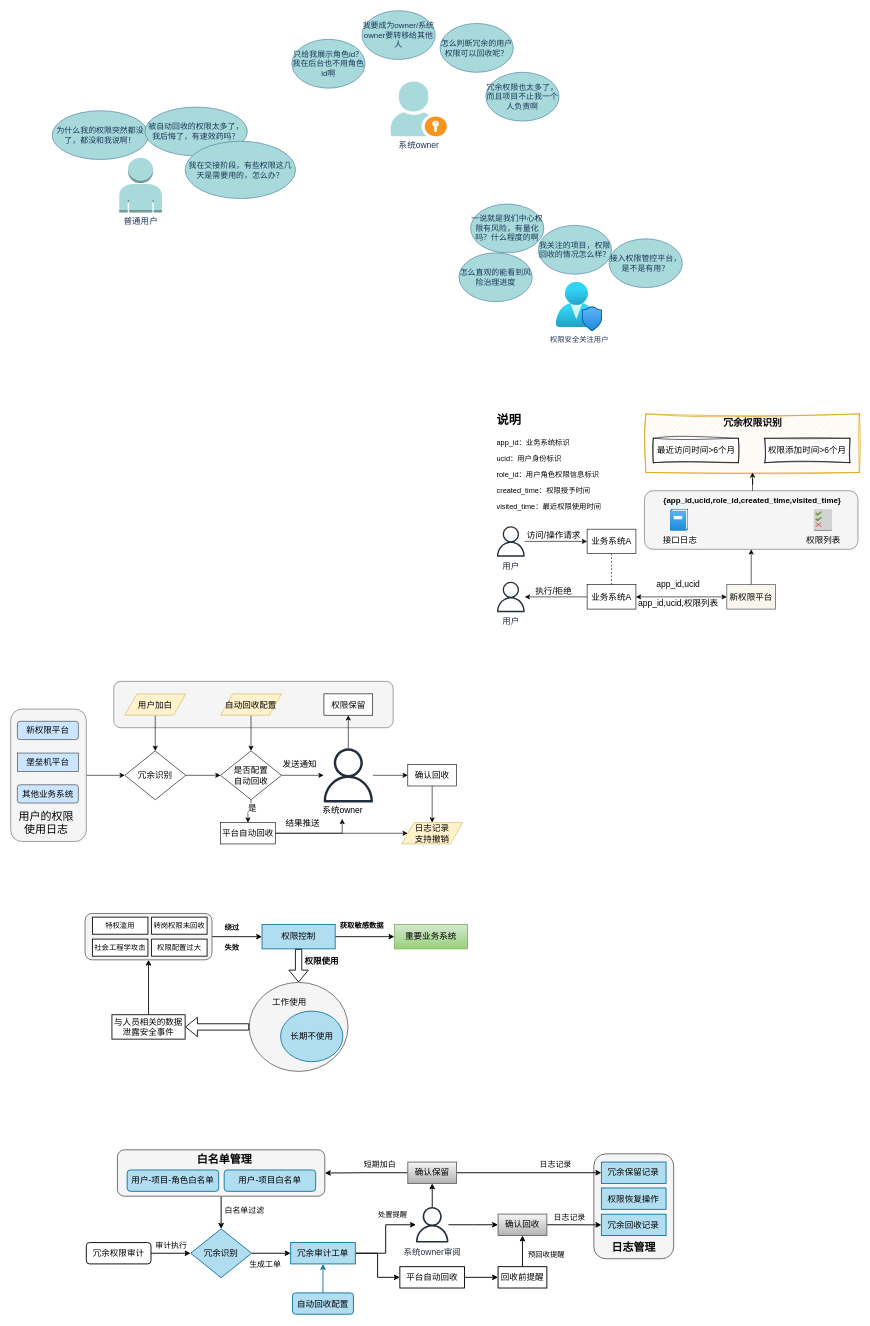
Earlier version of the draw.io diagram page "遇到的问题" (10 of 14) of 权限审计.drawio (zpxiao-ios/hello-world). Source tidied: cells renumbered, new cells numbered last; positions are measured from the earlier drawing's top-left corner, leaving out a move shared by most shapes. Both pictures are drawn from the tidied source at 61%, with x=0, y=0 at pixel (10, 10).
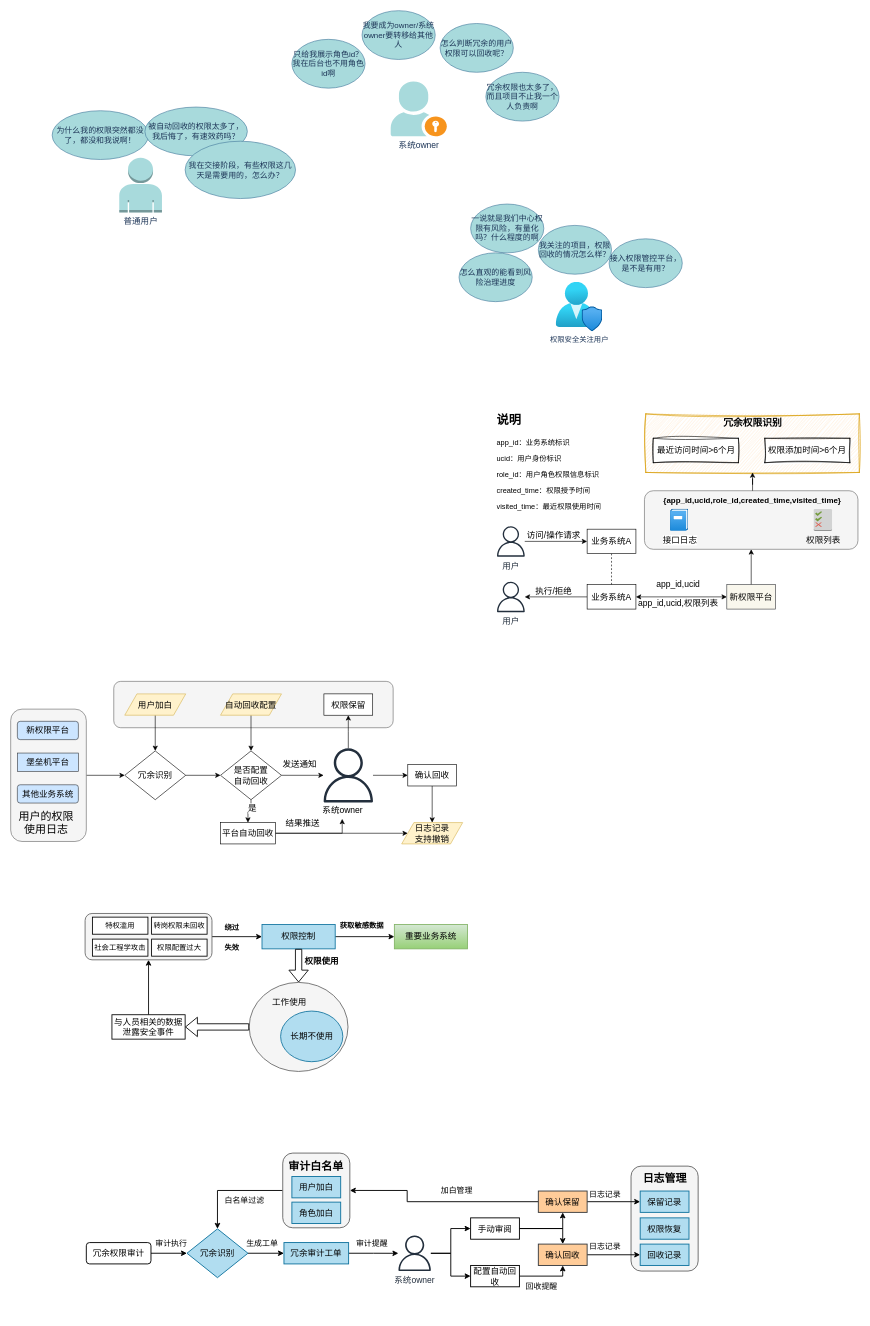
Above is the later version.

The edit, as a diff of the source:
```diff
@@
+    <mxCell id="129" style="edgeStyle=orthogonalEdgeStyle;rounded=0;jettySize=auto;html=1;entryX=0.5;entryY=0;entryDx=0;entryDy=0;strokeWidth=1.5;" parent="1" edge="1" source="130" target="92">
+      <mxGeometry relative="1" as="geometry" />
+    </mxCell>
+    <mxCell id="130" style="rounded=1;whiteSpace=wrap;html=1;fillColor=#f5f5f5;strokeColor=#666666;fontSize=14;strokeWidth=1.5;fontColor=#333333;" parent="1" vertex="1">
+      <mxGeometry x="446" y="1872.8" width="110" height="122.5" as="geometry" />
+    </mxCell>
     <mxCell id="2" style="rounded=1;whiteSpace=wrap;html=1;fillColor=#f5f5f5;strokeColor=#666666;fontSize=14;strokeWidth=1.5;fontColor=#333333;" parent="1" vertex="1">
-      <mxGeometry x="956" y="1874" width="130.9" height="172" as="geometry" />
+      <mxGeometry x="1017" y="1894.2" width="110" height="172" as="geometry" />
     </mxCell>
@@
     <mxCell id="92" value="冗余识别" style="rhombus;whiteSpace=wrap;html=1;fontSize=14;fillColor=#b1ddf0;strokeColor=#10739e;strokeWidth=1.5;" parent="1" vertex="1">
-      <mxGeometry x="295" y="1997" width="100" height="80" as="geometry" />
+      <mxGeometry x="289" y="1997" width="100" height="80" as="geometry" />
     </mxCell>
@@
-    <mxCell id="95" style="edgeStyle=orthogonalEdgeStyle;rounded=0;jettySize=auto;html=1;exitX=0.5;exitY=1;exitDx=0;exitDy=0;entryX=0.5;entryY=0;entryDx=0;entryDy=0;strokeWidth=1.5;" parent="1" edge="1" source="96" target="92">
-      <mxGeometry relative="1" as="geometry" />
-    </mxCell>
-    <mxCell id="96" style="rounded=1;whiteSpace=wrap;html=1;fontSize=14;fillColor=#f5f5f5;strokeColor=#666666;strokeWidth=1.5;fontColor=#333333;" parent="1" vertex="1">
-      <mxGeometry x="175" y="1867.5" width="340" height="76" as="geometry" />
-    </mxCell>
-    <mxCell id="97" value="&lt;font style=&quot;font-size: 18px;&quot;&gt;白名单管理&lt;/font&gt;" style="text;html=1;align=center;verticalAlign=middle;strokeColor=none;fillColor=none;fontSize=14;fontStyle=1;strokeWidth=1.5;" parent="1" vertex="1">
-      <mxGeometry x="296" y="1866.5" width="108" height="34" as="geometry" />
-    </mxCell>
-    <mxCell id="98" value="用户-项目白名单" style="rounded=1;whiteSpace=wrap;html=1;fontSize=14;strokeWidth=1.5;fillColor=#b1ddf0;strokeColor=#10739e;" parent="1" vertex="1">
-      <mxGeometry x="350" y="1900.5" width="150" height="35" as="geometry" />
-    </mxCell>
-    <mxCell id="99" value="用户-项目-角色白名单" style="rounded=1;whiteSpace=wrap;html=1;fontSize=14;strokeWidth=1.5;fillColor=#b1ddf0;strokeColor=#10739e;" parent="1" vertex="1">
-      <mxGeometry x="191" y="1900.5" width="150" height="35" as="geometry" />
-    </mxCell>
-    <mxCell id="100" style="edgeStyle=orthogonalEdgeStyle;rounded=0;jettySize=auto;html=1;entryX=0;entryY=0.5;entryDx=0;entryDy=0;fontSize=14;strokeWidth=1.5;" parent="1" edge="1" source="102" target="106">
-      <mxGeometry relative="1" as="geometry" />
-    </mxCell>
-    <mxCell id="101" style="edgeStyle=orthogonalEdgeStyle;rounded=0;jettySize=auto;html=1;fontSize=14;strokeWidth=1.5;" parent="1" edge="1" source="102" target="118">
+    <mxCell id="101" style="edgeStyle=orthogonalEdgeStyle;rounded=0;jettySize=auto;html=1;strokeWidth=1.5;" parent="1" edge="1" source="102" target="118">
       <mxGeometry relative="1" as="geometry" />
     </mxCell>
     <mxCell id="102" value="冗余审计工单" style="rounded=0;whiteSpace=wrap;html=1;fontSize=14;fillColor=#b1ddf0;strokeColor=#10739e;strokeWidth=1.5;" parent="1" vertex="1">
-      <mxGeometry x="459" y="2019.5" width="106" height="35" as="geometry" />
+      <mxGeometry x="448" y="2019.5" width="106" height="35" as="geometry" />
     </mxCell>
-    <mxCell id="103" style="edgeStyle=orthogonalEdgeStyle;rounded=0;jettySize=auto;html=1;entryX=0.5;entryY=1;entryDx=0;entryDy=0;fontSize=14;strokeWidth=1.5;fillColor=#b1ddf0;strokeColor=#10739e;" parent="1" edge="1" source="104" target="102">
-      <mxGeometry relative="1" as="geometry" />
-    </mxCell>
-    <mxCell id="104" value="自动回收配置" style="rounded=1;whiteSpace=wrap;html=1;fontSize=14;fillColor=#b1ddf0;strokeColor=#10739e;strokeWidth=1.5;" parent="1" vertex="1">
-      <mxGeometry x="462" y="2102" width="100" height="35" as="geometry" />
-    </mxCell>
-    <mxCell id="105" style="edgeStyle=orthogonalEdgeStyle;rounded=0;jettySize=auto;html=1;fontSize=14;strokeWidth=1.5;" parent="1" edge="1" source="106" target="120">
-      <mxGeometry relative="1" as="geometry" />
-    </mxCell>
-    <mxCell id="106" value="平台自动回收" style="rounded=0;whiteSpace=wrap;html=1;fontSize=14;strokeWidth=1.5;" parent="1" vertex="1">
-      <mxGeometry x="638" y="2059" width="106" height="35" as="geometry" />
-    </mxCell>
-    <mxCell id="107" style="edgeStyle=orthogonalEdgeStyle;rounded=0;jettySize=auto;html=1;entryX=0;entryY=0.5;entryDx=0;entryDy=0;fontSize=14;strokeWidth=1.5;" parent="1" edge="1" source="108" target="113">
+    <mxCell id="107" style="edgeStyle=orthogonalEdgeStyle;rounded=0;jettySize=auto;html=1;entryX=0;entryY=0.5;entryDx=0;entryDy=0;strokeWidth=1.5;" parent="1" edge="1" source="108" target="113">
       <mxGeometry relative="1" as="geometry" />
     </mxCell>
-    <mxCell id="108" value="确认回收" style="rounded=0;whiteSpace=wrap;html=1;fontSize=14;strokeWidth=1.5;fillColor=#f5f5f5;gradientColor=#b3b3b3;strokeColor=#666666;" parent="1" vertex="1">
-      <mxGeometry x="799" y="1972.8" width="80" height="35" as="geometry" />
+    <mxCell id="108" value="确认回收" style="rounded=0;whiteSpace=wrap;html=1;fontSize=14;strokeWidth=1.5;fillColor=#ffcc99;strokeColor=#36393d;" parent="1" vertex="1">
+      <mxGeometry x="865" y="2022" width="80" height="35" as="geometry" />
     </mxCell>
-    <mxCell id="109" style="edgeStyle=orthogonalEdgeStyle;rounded=0;jettySize=auto;html=1;entryX=1;entryY=0.5;entryDx=0;entryDy=0;fontSize=14;strokeWidth=1.5;" parent="1" edge="1" source="111" target="96">
-      <mxGeometry relative="1" as="geometry" />
-    </mxCell>
@@
+    <mxCell id="131" style="edgeStyle=orthogonalEdgeStyle;rounded=0;jettySize=auto;html=1;entryX=1;entryY=0.5;entryDx=0;entryDy=0;strokeWidth=1.5;" parent="1" edge="1" source="111" target="130">
+      <mxGeometry relative="1" as="geometry">
+        <Array as="points">
+          <mxPoint x="650" y="1953" />
+          <mxPoint x="650" y="1934" />
+        </Array>
+      </mxGeometry>
+    </mxCell>
-    <mxCell id="111" value="确认保留" style="rounded=0;whiteSpace=wrap;html=1;fontSize=14;strokeWidth=1.5;fillColor=#f5f5f5;strokeColor=#666666;gradientColor=#b3b3b3;" parent="1" vertex="1">
-      <mxGeometry x="651" y="1887.5" width="80" height="35" as="geometry" />
+    <mxCell id="111" value="确认保留" style="rounded=0;whiteSpace=wrap;html=1;fontSize=14;strokeWidth=1.5;fillColor=#ffcc99;strokeColor=#36393d;" parent="1" vertex="1">
+      <mxGeometry x="865" y="1935" width="80" height="35" as="geometry" />
     </mxCell>
     <mxCell id="112" value="&lt;font style=&quot;font-size: 18px;&quot;&gt;日志管理&lt;/font&gt;" style="text;html=1;align=center;verticalAlign=middle;strokeColor=none;fillColor=none;fontSize=18;fontStyle=1;strokeWidth=1.5;" parent="1" vertex="1">
-      <mxGeometry x="976.4" y="2011" width="90" height="34" as="geometry" />
+      <mxGeometry x="1027" y="1897" width="90" height="34" as="geometry" />
     </mxCell>
-    <mxCell id="113" value="冗余回收记录" style="rounded=0;whiteSpace=wrap;html=1;fontSize=14;strokeWidth=1.5;fillColor=#b1ddf0;strokeColor=#10739e;" parent="1" vertex="1">
-      <mxGeometry x="968.4" y="1973" width="106" height="35" as="geometry" />
+    <mxCell id="113" value="回收记录" style="rounded=0;whiteSpace=wrap;html=1;fontSize=14;strokeWidth=1.5;fillColor=#b1ddf0;strokeColor=#10739e;" parent="1" vertex="1">
+      <mxGeometry x="1032" y="2022" width="80" height="35" as="geometry" />
     </mxCell>
-    <mxCell id="114" value="冗余保留记录" style="rounded=0;whiteSpace=wrap;html=1;fontSize=14;strokeWidth=1.5;fillColor=#b1ddf0;strokeColor=#10739e;" parent="1" vertex="1">
-      <mxGeometry x="968.4" y="1887.5" width="106" height="35" as="geometry" />
+    <mxCell id="114" value="保留记录" style="rounded=0;whiteSpace=wrap;html=1;fontSize=14;strokeWidth=1.5;fillColor=#b1ddf0;strokeColor=#10739e;" parent="1" vertex="1">
+      <mxGeometry x="1032" y="1935" width="80" height="35" as="geometry" />
     </mxCell>
-    <mxCell id="115" value="权限恢复操作" style="rounded=0;whiteSpace=wrap;html=1;fontSize=14;strokeWidth=1.5;fillColor=#b1ddf0;strokeColor=#10739e;" parent="1" vertex="1">
-      <mxGeometry x="968.4" y="1930" width="106" height="35" as="geometry" />
+    <mxCell id="115" value="权限恢复" style="rounded=0;whiteSpace=wrap;html=1;fontSize=14;strokeWidth=1.5;fillColor=#b1ddf0;strokeColor=#10739e;" parent="1" vertex="1">
+      <mxGeometry x="1032" y="1979" width="80" height="35" as="geometry" />
     </mxCell>
-    <mxCell id="116" style="edgeStyle=orthogonalEdgeStyle;rounded=0;jettySize=auto;html=1;entryX=0.5;entryY=1;entryDx=0;entryDy=0;fontSize=14;strokeWidth=1.5;" parent="1" edge="1" source="118" target="111">
-      <mxGeometry relative="1" as="geometry" />
-    </mxCell>
-    <mxCell id="117" style="edgeStyle=orthogonalEdgeStyle;rounded=0;jettySize=auto;html=1;entryX=0;entryY=0.5;entryDx=0;entryDy=0;fontSize=14;strokeWidth=1.5;" parent="1" edge="1" source="118" target="108">
-      <mxGeometry relative="1" as="geometry" />
-    </mxCell>
+    <mxCell id="132" style="edgeStyle=orthogonalEdgeStyle;rounded=0;jettySize=auto;html=1;entryX=0;entryY=0.5;entryDx=0;entryDy=0;strokeWidth=1.5;" parent="1" edge="1" source="118" target="136">
+      <mxGeometry relative="1" as="geometry" />
+    </mxCell>
+    <mxCell id="133" style="edgeStyle=orthogonalEdgeStyle;rounded=0;jettySize=auto;html=1;entryX=0;entryY=0.5;entryDx=0;entryDy=0;strokeWidth=1.5;" parent="1" edge="1" source="118" target="138">
+      <mxGeometry relative="1" as="geometry" />
+    </mxCell>
-    <mxCell id="118" value="系统owner审阅" style="sketch=0;outlineConnect=0;fontColor=#232F3E;gradientColor=none;fillColor=#232F3D;strokeColor=none;dashed=0;verticalLabelPosition=bottom;verticalAlign=top;align=center;html=1;fontSize=14;fontStyle=0;shape=mxgraph.aws4.user;strokeWidth=1.5;" parent="1" vertex="1">
-      <mxGeometry x="661.8" y="1961" width="58.5" height="58.5" as="geometry" />
+    <mxCell id="118" value="系统owner" style="sketch=0;outlineConnect=0;fontColor=#232F3E;gradientColor=none;fillColor=#232F3D;strokeColor=none;dashed=0;verticalLabelPosition=bottom;verticalAlign=top;align=center;html=1;fontSize=14;fontStyle=0;shape=mxgraph.aws4.user;strokeWidth=1.5;" parent="1" vertex="1">
+      <mxGeometry x="633" y="2007.8" width="58.5" height="58.5" as="geometry" />
     </mxCell>
-    <mxCell id="119" style="edgeStyle=orthogonalEdgeStyle;rounded=0;jettySize=auto;html=1;entryX=0.5;entryY=1;entryDx=0;entryDy=0;fontSize=14;strokeWidth=1.5;" parent="1" edge="1" source="120" target="108">
-      <mxGeometry relative="1" as="geometry" />
-    </mxCell>
-    <mxCell id="120" value="回收前提醒" style="rounded=0;whiteSpace=wrap;html=1;fontSize=14;strokeWidth=1.5;" parent="1" vertex="1">
-      <mxGeometry x="799" y="2059" width="80" height="35" as="geometry" />
-    </mxCell>
     <mxCell id="121" value="审计执行" style="text;html=1;align=center;verticalAlign=middle;strokeColor=none;fillColor=none;fontSize=13;strokeWidth=1.5;" parent="1" vertex="1">
-      <mxGeometry x="228" y="2010" width="70" height="28" as="geometry" />
+      <mxGeometry x="228" y="2007" width="70" height="28" as="geometry" />
     </mxCell>
-    <mxCell id="122" value="白名单过滤" style="text;html=1;align=center;verticalAlign=middle;whiteSpace=wrap;rounded=0;fontSize=13;strokeWidth=1.5;" parent="1" vertex="1">
-      <mxGeometry x="344" y="1951" width="78.5" height="30" as="geometry" />
-    </mxCell>
     <mxCell id="123" value="生成工单" style="text;html=1;align=center;verticalAlign=middle;whiteSpace=wrap;rounded=0;fontSize=13;strokeWidth=1.5;" parent="1" vertex="1">
-      <mxGeometry x="377.5" y="2040" width="78.5" height="30" as="geometry" />
+      <mxGeometry x="373" y="2005" width="78.5" height="30" as="geometry" />
     </mxCell>
-    <mxCell id="124" value="预回收提醒" style="text;html=1;align=center;verticalAlign=middle;strokeColor=none;fillColor=none;strokeWidth=1.5;" parent="1" vertex="1">
-      <mxGeometry x="839" y="2026" width="78" height="26" as="geometry" />
-    </mxCell>
     <mxCell id="125" value="日志记录" style="text;html=1;align=center;verticalAlign=middle;strokeColor=none;fillColor=none;fontSize=13;strokeWidth=1.5;" parent="1" vertex="1">
-      <mxGeometry x="858" y="1877" width="70" height="28" as="geometry" />
+      <mxGeometry x="939" y="1927" width="70" height="28" as="geometry" />
     </mxCell>
     <mxCell id="126" value="日志记录" style="text;html=1;align=center;verticalAlign=middle;strokeColor=none;fillColor=none;fontSize=13;strokeWidth=1.5;" parent="1" vertex="1">
-      <mxGeometry x="881" y="1964" width="70" height="28" as="geometry" />
+      <mxGeometry x="939" y="2012" width="70" height="28" as="geometry" />
     </mxCell>
-    <mxCell id="127" value="短期加白" style="text;html=1;align=center;verticalAlign=middle;strokeColor=none;fillColor=none;fontSize=13;strokeWidth=1.5;" parent="1" vertex="1">
-      <mxGeometry x="570" y="1877" width="70" height="28" as="geometry" />
-    </mxCell>
-    <mxCell id="128" value="处置提醒" style="text;html=1;align=center;verticalAlign=middle;strokeColor=none;fillColor=none;strokeWidth=1.5;" parent="1" vertex="1">
-      <mxGeometry x="593.1" y="1961" width="66" height="26" as="geometry" />
-    </mxCell>
+    <mxCell id="134" style="edgeStyle=orthogonalEdgeStyle;rounded=0;jettySize=auto;html=1;entryX=0.5;entryY=1;entryDx=0;entryDy=0;strokeWidth=1.5;exitX=1;exitY=0.5;exitDx=0;exitDy=0;" parent="1" edge="1" source="136" target="111">
+      <mxGeometry relative="1" as="geometry" />
+    </mxCell>
+    <mxCell id="135" style="edgeStyle=orthogonalEdgeStyle;rounded=0;jettySize=auto;html=1;entryX=0.5;entryY=0;entryDx=0;entryDy=0;strokeWidth=1.5;exitX=1;exitY=0.5;exitDx=0;exitDy=0;" parent="1" edge="1" source="136" target="108">
+      <mxGeometry relative="1" as="geometry" />
+    </mxCell>
+    <mxCell id="136" value="手动审阅" style="rounded=0;whiteSpace=wrap;html=1;fontSize=14;strokeWidth=1.5;flipV=1;" parent="1" vertex="1">
+      <mxGeometry x="754" y="1979" width="80" height="35" as="geometry" />
+    </mxCell>
+    <mxCell id="137" style="edgeStyle=orthogonalEdgeStyle;rounded=0;jettySize=auto;html=1;entryX=0.5;entryY=1;entryDx=0;entryDy=0;strokeWidth=1.5;exitX=1;exitY=0.5;exitDx=0;exitDy=0;" parent="1" edge="1" source="138" target="108">
+      <mxGeometry relative="1" as="geometry">
+        <Array as="points">
+          <mxPoint x="905" y="2075" />
+        </Array>
+      </mxGeometry>
+    </mxCell>
+    <mxCell id="138" value="配置自动回收" style="rounded=0;whiteSpace=wrap;html=1;fontSize=14;strokeWidth=1.5;flipV=1;" parent="1" vertex="1">
+      <mxGeometry x="754" y="2057" width="80" height="35" as="geometry" />
+    </mxCell>
+    <mxCell id="139" value="用户加白" style="rounded=0;whiteSpace=wrap;html=1;fontSize=14;strokeWidth=1.5;fillColor=#b1ddf0;strokeColor=#10739e;" parent="1" vertex="1">
+      <mxGeometry x="461" y="1911.2" width="80" height="35" as="geometry" />
+    </mxCell>
+    <mxCell id="140" value="角色加白" style="rounded=0;whiteSpace=wrap;html=1;fontSize=14;strokeWidth=1.5;fillColor=#b1ddf0;strokeColor=#10739e;" parent="1" vertex="1">
+      <mxGeometry x="461" y="1953.2" width="80" height="35" as="geometry" />
+    </mxCell>
+    <mxCell id="141" value="&lt;b&gt;审计白名单&lt;/b&gt;" style="text;html=1;align=center;verticalAlign=middle;strokeColor=none;fillColor=none;fontSize=18;strokeWidth=1.5;" parent="1" vertex="1">
+      <mxGeometry x="446" y="1878" width="108" height="34" as="geometry" />
+    </mxCell>
+    <mxCell id="142" value="回收提醒" style="text;html=1;align=center;verticalAlign=middle;strokeColor=none;fillColor=none;fontSize=13;strokeWidth=1.5;" parent="1" vertex="1">
+      <mxGeometry x="835" y="2077" width="70" height="28" as="geometry" />
+    </mxCell>
+    <mxCell id="143" value="审计提醒" style="text;html=1;align=center;verticalAlign=middle;strokeColor=none;fillColor=none;fontSize=13;strokeWidth=1.5;" parent="1" vertex="1">
+      <mxGeometry x="557" y="2007" width="70" height="28" as="geometry" />
+    </mxCell>
+    <mxCell id="122" value="白名单过滤" style="text;html=1;align=center;verticalAlign=middle;whiteSpace=wrap;rounded=0;fontSize=13;strokeWidth=1.5;" parent="1" vertex="1">
+      <mxGeometry x="344" y="1935" width="78.5" height="30" as="geometry" />
+    </mxCell>
+    <mxCell id="144" value="加白管理" style="text;html=1;align=center;verticalAlign=middle;whiteSpace=wrap;rounded=0;fontSize=13;strokeWidth=1.5;" parent="1" vertex="1">
+      <mxGeometry x="691.5" y="1919" width="78.5" height="30" as="geometry" />
+    </mxCell>
```
